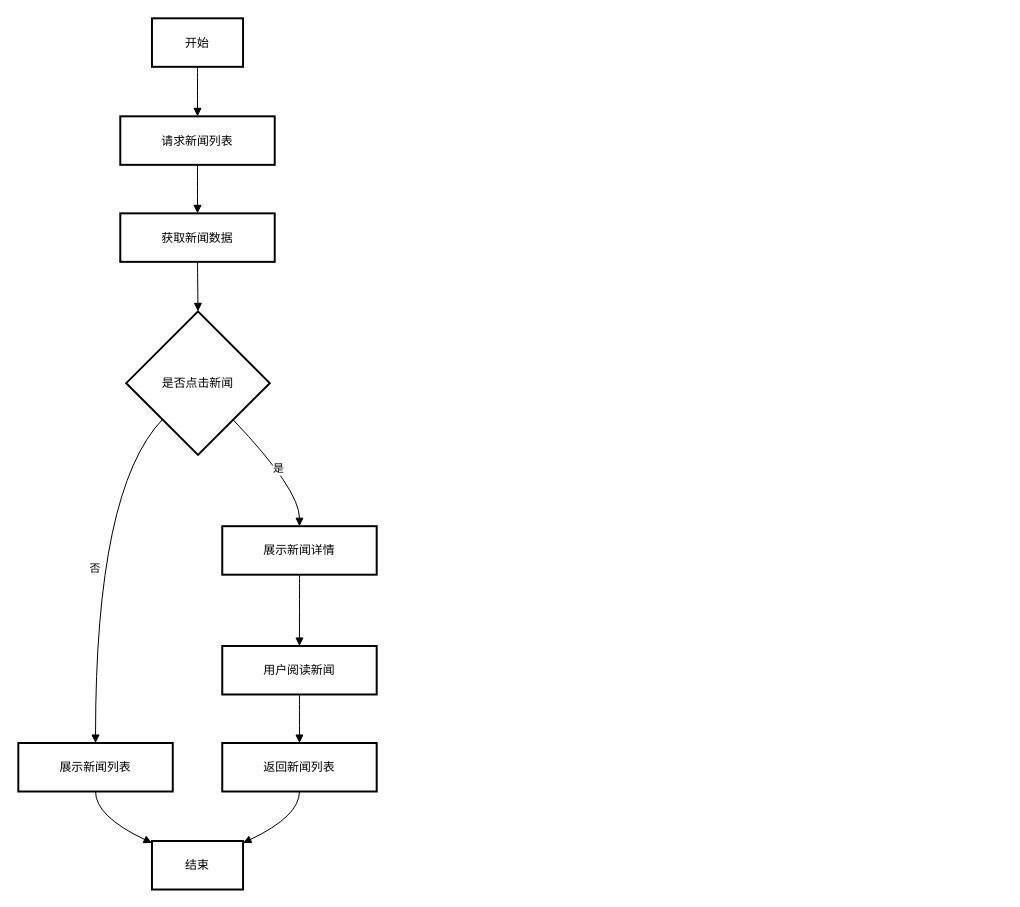
This is draw.io/活动图:用户阅读新闻流程.drawio from lijc210/app_storage, a draw.io file, before an edit. Source tidied: cells renumbered, new cells numbered last; positions are measured from the earlier drawing's top-left corner, leaving out a move shared by most shapes. Both pictures are drawn from the tidied source at 99%, with x=0, y=0 at pixel (18, 18).
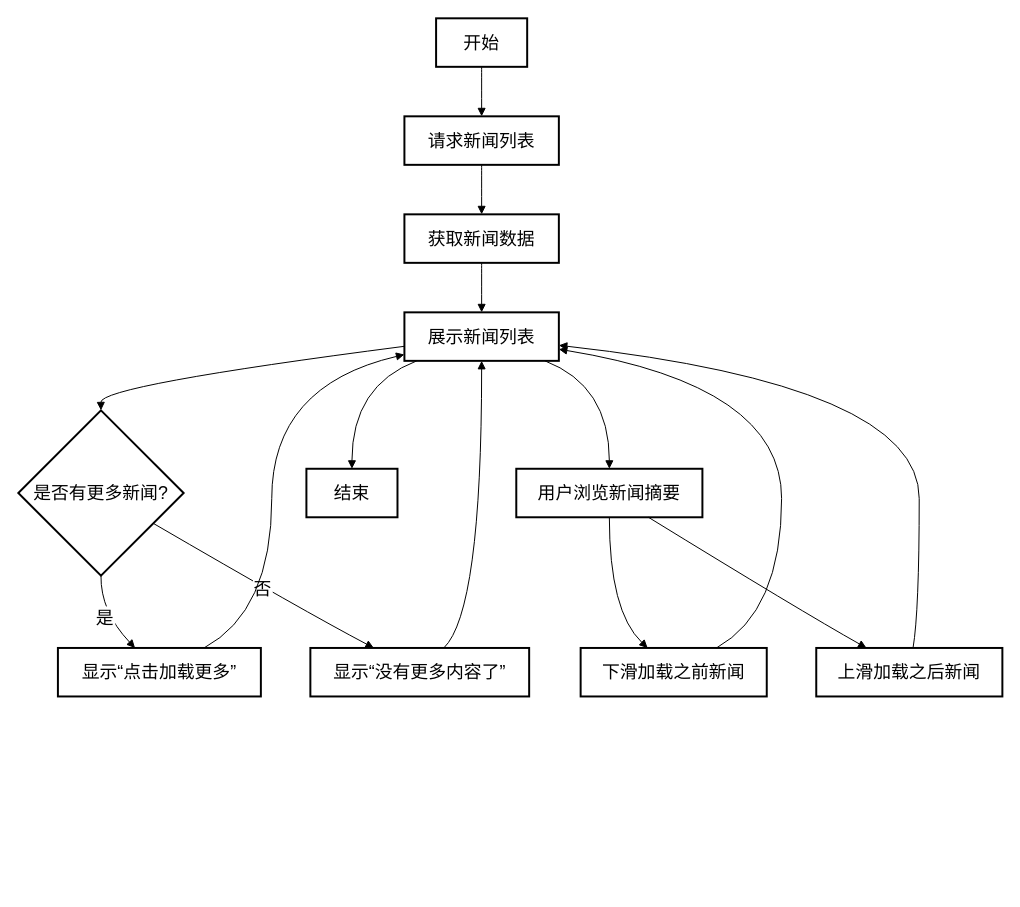
The same page after the edit.

Commit message:
更新活动图:用户阅读新闻流程.drawio

What changed in the source:
```diff
@@
-    <mxCell id="2" value="开始" style="whiteSpace=wrap;strokeWidth=2;" parent="1" vertex="1">
-      <mxGeometry x="135" width="92" height="49" as="geometry" />
+    <mxCell id="2" value="开始" style="whiteSpace=wrap;strokeWidth=2;fontSize=18;" parent="1" vertex="1">
+      <mxGeometry x="422" width="92" height="49" as="geometry" />
     </mxCell>
-    <mxCell id="3" value="请求新闻列表" style="whiteSpace=wrap;strokeWidth=2;" parent="1" vertex="1">
-      <mxGeometry x="103" y="99" width="156" height="49" as="geometry" />
+    <mxCell id="3" value="请求新闻列表" style="whiteSpace=wrap;strokeWidth=2;fontSize=18;" parent="1" vertex="1">
+      <mxGeometry x="390" y="99" width="156" height="49" as="geometry" />
     </mxCell>
-    <mxCell id="4" value="获取新闻数据" style="whiteSpace=wrap;strokeWidth=2;" parent="1" vertex="1">
-      <mxGeometry x="103" y="197" width="156" height="49" as="geometry" />
+    <mxCell id="4" value="获取新闻数据" style="whiteSpace=wrap;strokeWidth=2;fontSize=18;" parent="1" vertex="1">
+      <mxGeometry x="390" y="198" width="156" height="49" as="geometry" />
     </mxCell>
-    <mxCell id="5" value="是否点击新闻" style="rhombus;strokeWidth=2;whiteSpace=wrap;" parent="1" vertex="1">
-      <mxGeometry x="109" y="296" width="145" height="145" as="geometry" />
-    </mxCell>
-    <mxCell id="6" value="展示新闻详情" style="whiteSpace=wrap;strokeWidth=2;" parent="1" vertex="1">
-      <mxGeometry x="206" y="513" width="156" height="49" as="geometry" />
-    </mxCell>
-    <mxCell id="7" value="展示新闻列表" style="whiteSpace=wrap;strokeWidth=2;" parent="1" vertex="1">
-      <mxGeometry y="732" width="156" height="49" as="geometry" />
+    <mxCell id="7" value="展示新闻列表" style="whiteSpace=wrap;strokeWidth=2;fontSize=18;" parent="1" vertex="1">
+      <mxGeometry x="390" y="297" width="156" height="49" as="geometry" />
     </mxCell>
+    <mxCell id="20" value="是否有更多新闻?" style="rhombus;strokeWidth=2;whiteSpace=wrap;fontSize=18;" parent="1" vertex="1">
+      <mxGeometry y="396" width="167" height="167" as="geometry" />
+    </mxCell>
+    <mxCell id="21" value="显示“点击加载更多”" style="whiteSpace=wrap;strokeWidth=2;fontSize=18;" parent="1" vertex="1">
+      <mxGeometry x="40" y="636" width="205" height="49" as="geometry" />
+    </mxCell>
+    <mxCell id="22" value="显示“没有更多内容了”" style="whiteSpace=wrap;strokeWidth=2;fontSize=18;" parent="1" vertex="1">
+      <mxGeometry x="295" y="636" width="221" height="49" as="geometry" />
+    </mxCell>
+    <mxCell id="23" value="用户浏览新闻摘要" style="whiteSpace=wrap;strokeWidth=2;fontSize=18;" parent="1" vertex="1">
+      <mxGeometry x="503" y="455" width="188" height="49" as="geometry" />
+    </mxCell>
+    <mxCell id="24" value="下滑加载之前新闻" style="whiteSpace=wrap;strokeWidth=2;fontSize=18;" parent="1" vertex="1">
+      <mxGeometry x="568" y="636" width="188" height="49" as="geometry" />
+    </mxCell>
+    <mxCell id="25" value="上滑加载之后新闻" style="whiteSpace=wrap;strokeWidth=2;fontSize=18;" parent="1" vertex="1">
+      <mxGeometry x="806" y="636" width="188" height="49" as="geometry" />
+    </mxCell>
-    <mxCell id="8" value="结束" style="whiteSpace=wrap;strokeWidth=2;" parent="1" vertex="1">
-      <mxGeometry x="135" y="831" width="92" height="49" as="geometry" />
+    <mxCell id="8" value="结束" style="whiteSpace=wrap;strokeWidth=2;fontSize=18;" parent="1" vertex="1">
+      <mxGeometry x="291" y="455" width="92" height="49" as="geometry" />
     </mxCell>
-    <mxCell id="9" value="用户阅读新闻" style="whiteSpace=wrap;strokeWidth=2;" parent="1" vertex="1">
-      <mxGeometry x="206" y="634" width="156" height="49" as="geometry" />
-    </mxCell>
-    <mxCell id="10" value="返回新闻列表" style="whiteSpace=wrap;strokeWidth=2;" parent="1" vertex="1">
-      <mxGeometry x="206" y="732" width="156" height="49" as="geometry" />
-    </mxCell>
-    <mxCell id="11" style="curved=1;startArrow=none;endArrow=block;exitX=0.5;exitY=0.99;entryX=0.5;entryY=-0.01;rounded=0;" parent="1" edge="1" source="2" target="3">
+    <mxCell id="11" style="curved=1;startArrow=none;endArrow=block;exitX=0.5;exitY=1;entryX=0.5;entryY=0;rounded=0;fontSize=18;" parent="1" edge="1" source="2" target="3">
       <mxGeometry relative="1" as="geometry" />
     </mxCell>
-    <mxCell id="12" style="curved=1;startArrow=none;endArrow=block;exitX=0.5;exitY=0.98;entryX=0.5;entryY=0;rounded=0;" parent="1" edge="1" source="3" target="4">
+    <mxCell id="12" style="curved=1;startArrow=none;endArrow=block;exitX=0.5;exitY=1;entryX=0.5;entryY=0;rounded=0;fontSize=18;" parent="1" edge="1" source="3" target="4">
       <mxGeometry relative="1" as="geometry" />
     </mxCell>
-    <mxCell id="13" style="curved=1;startArrow=none;endArrow=block;exitX=0.5;exitY=0.99;entryX=0.5;entryY=0;rounded=0;" parent="1" edge="1" source="4" target="5">
-      <mxGeometry relative="1" as="geometry" />
-    </mxCell>
+    <mxCell id="26" style="curved=1;startArrow=none;endArrow=block;exitX=0.5;exitY=1;entryX=0.5;entryY=0;rounded=0;fontSize=18;" parent="1" edge="1" source="4" target="7">
+      <mxGeometry relative="1" as="geometry" />
+    </mxCell>
+    <mxCell id="27" style="curved=1;startArrow=none;endArrow=block;exitX=0;exitY=0.7;entryX=0.5;entryY=0;rounded=0;fontSize=18;" parent="1" edge="1" source="7" target="20">
+      <mxGeometry relative="1" as="geometry">
+        <Array as="points">
+          <mxPoint x="83" y="371" />
+        </Array>
+      </mxGeometry>
+    </mxCell>
-    <mxCell id="14" value="是" style="curved=1;startArrow=none;endArrow=block;exitX=0.97;exitY=0.99;entryX=0.5;entryY=-0.01;rounded=0;" parent="1" edge="1" source="5" target="6">
+    <mxCell id="14" value="是" style="curved=1;startArrow=none;endArrow=block;exitX=0.5;exitY=1;entryX=0.38;entryY=0;rounded=0;fontSize=18;" parent="1" edge="1" source="20" target="21">
       <mxGeometry relative="1" as="geometry">
         <Array as="points">
-          <mxPoint x="284" y="476" />
+          <mxPoint x="83" y="599" />
         </Array>
       </mxGeometry>
     </mxCell>
-    <mxCell id="15" value="否" style="curved=1;startArrow=none;endArrow=block;exitX=0.02;exitY=0.99;entryX=0.5;entryY=0;rounded=0;" parent="1" edge="1" source="5" target="7">
+    <mxCell id="15" value="否" style="curved=1;startArrow=none;endArrow=block;exitX=1;exitY=0.79;entryX=0.29;entryY=0;rounded=0;fontSize=18;" parent="1" edge="1" source="20" target="22">
       <mxGeometry relative="1" as="geometry">
         <Array as="points">
-          <mxPoint x="78" y="476" />
+          <mxPoint x="289" y="599" />
         </Array>
       </mxGeometry>
     </mxCell>
+    <mxCell id="28" style="curved=1;startArrow=none;endArrow=block;exitX=0.91;exitY=1;entryX=0.5;entryY=0;rounded=0;fontSize=18;" parent="1" edge="1" source="7" target="23">
+      <mxGeometry relative="1" as="geometry">
+        <Array as="points">
+          <mxPoint x="597" y="371" />
+        </Array>
+      </mxGeometry>
+    </mxCell>
+    <mxCell id="29" style="curved=1;startArrow=none;endArrow=block;exitX=0.5;exitY=1;entryX=0.36;entryY=0;rounded=0;fontSize=18;" parent="1" edge="1" source="23" target="24">
+      <mxGeometry relative="1" as="geometry">
+        <Array as="points">
+          <mxPoint x="597" y="599" />
+        </Array>
+      </mxGeometry>
+    </mxCell>
+    <mxCell id="30" style="curved=1;startArrow=none;endArrow=block;exitX=0.71;exitY=1;entryX=0.27;entryY=0;rounded=0;fontSize=18;" parent="1" edge="1" source="23" target="25">
+      <mxGeometry relative="1" as="geometry">
+        <Array as="points">
+          <mxPoint x="791" y="599" />
+        </Array>
+      </mxGeometry>
+    </mxCell>
+    <mxCell id="31" style="curved=1;startArrow=none;endArrow=block;exitX=0.73;exitY=0;entryX=1;entryY=0.76;rounded=0;fontSize=18;" parent="1" edge="1" source="24" target="7">
+      <mxGeometry relative="1" as="geometry">
+        <Array as="points">
+          <mxPoint x="771" y="599" />
+          <mxPoint x="771" y="371" />
+        </Array>
+      </mxGeometry>
+    </mxCell>
+    <mxCell id="32" style="curved=1;startArrow=none;endArrow=block;exitX=0.52;exitY=0;entryX=1;entryY=0.68;rounded=0;fontSize=18;" parent="1" edge="1" source="25" target="7">
+      <mxGeometry relative="1" as="geometry">
+        <Array as="points">
+          <mxPoint x="910" y="599" />
+          <mxPoint x="910" y="371" />
+        </Array>
+      </mxGeometry>
+    </mxCell>
+    <mxCell id="33" style="curved=1;startArrow=none;endArrow=block;exitX=0.72;exitY=0;entryX=0;entryY=0.87;rounded=0;fontSize=18;" parent="1" edge="1" source="21" target="7">
+      <mxGeometry relative="1" as="geometry">
+        <Array as="points">
+          <mxPoint x="256" y="599" />
+          <mxPoint x="256" y="371" />
+        </Array>
+      </mxGeometry>
+    </mxCell>
+    <mxCell id="34" style="curved=1;startArrow=none;endArrow=block;exitX=0.61;exitY=0;entryX=0.5;entryY=1;rounded=0;fontSize=18;" parent="1" edge="1" source="22" target="7">
+      <mxGeometry relative="1" as="geometry">
+        <Array as="points">
+          <mxPoint x="468" y="599" />
+        </Array>
+      </mxGeometry>
+    </mxCell>
-    <mxCell id="16" style="curved=1;startArrow=none;endArrow=block;exitX=0.5;exitY=0.99;entryX=0;entryY=0.04;rounded=0;" parent="1" edge="1" source="7" target="8">
+    <mxCell id="16" style="curved=1;startArrow=none;endArrow=block;exitX=0.08;exitY=1;entryX=0.5;entryY=0;rounded=0;fontSize=18;" parent="1" edge="1" source="7" target="8">
       <mxGeometry relative="1" as="geometry">
         <Array as="points">
-          <mxPoint x="78" y="806" />
+          <mxPoint x="337" y="371" />
         </Array>
       </mxGeometry>
     </mxCell>
-    <mxCell id="17" style="curved=1;startArrow=none;endArrow=block;exitX=0.5;exitY=0.98;entryX=0.5;entryY=-0.01;rounded=0;" parent="1" edge="1" source="6" target="9">
-      <mxGeometry relative="1" as="geometry" />
-    </mxCell>
-    <mxCell id="18" style="curved=1;startArrow=none;endArrow=block;exitX=0.5;exitY=0.98;entryX=0.5;entryY=0;rounded=0;" parent="1" edge="1" source="9" target="10">
-      <mxGeometry relative="1" as="geometry" />
-    </mxCell>
-    <mxCell id="19" style="curved=1;startArrow=none;endArrow=block;exitX=0.5;exitY=0.99;entryX=1;entryY=0.04;rounded=0;" parent="1" edge="1" source="10" target="8">
-      <mxGeometry relative="1" as="geometry">
-        <Array as="points">
-          <mxPoint x="284" y="806" />
-        </Array>
-      </mxGeometry>
-    </mxCell>
```
